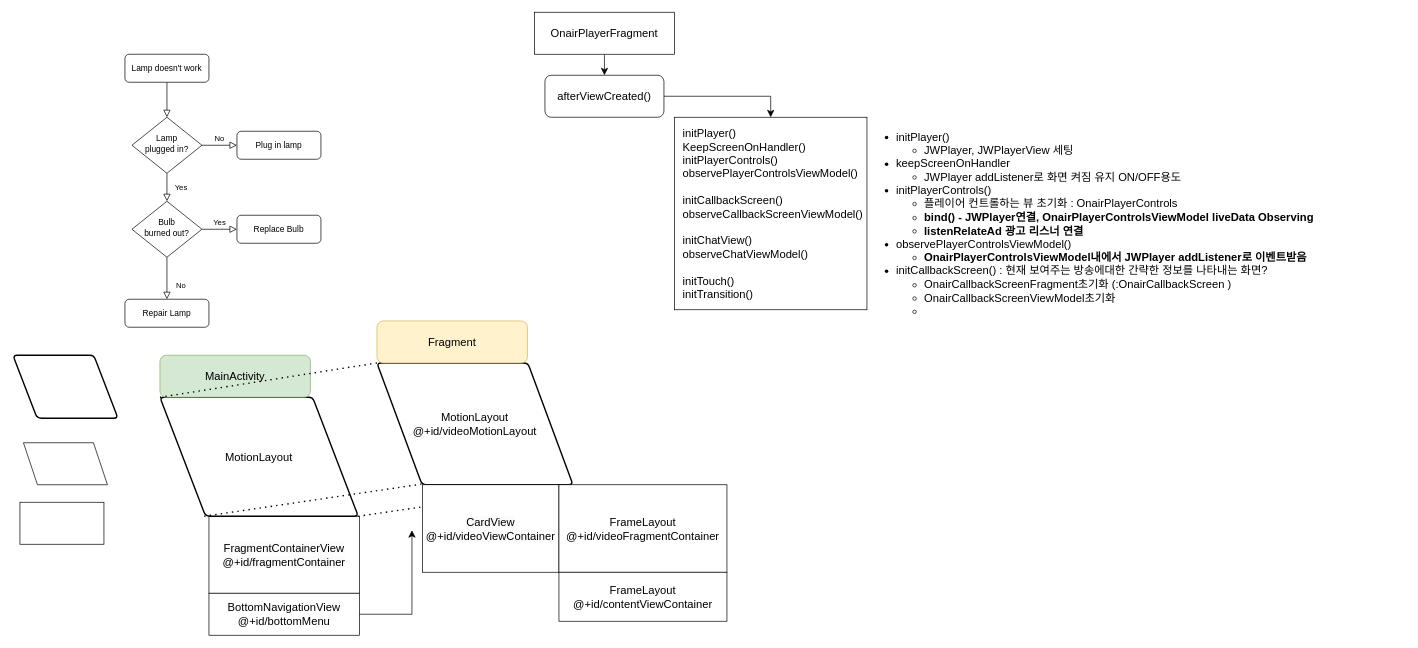
Before: plus-analysis.drawio in b3lon9/uml, a draw.io diagram. Source tidied: cells renumbered, new cells numbered last; positions are measured from the earlier drawing's top-left corner, leaving out a move shared by most shapes. Both pictures are drawn from the tidied source at 70%, with x=0, y=0 at pixel (13, 12).
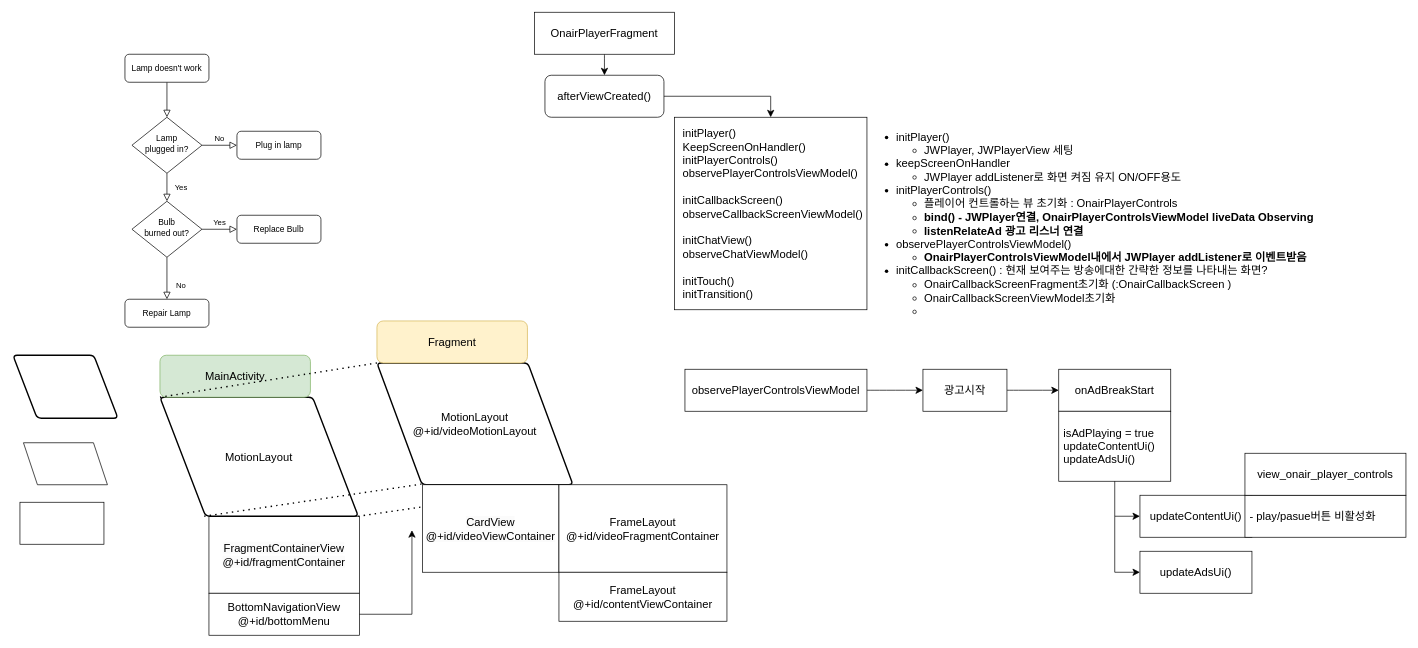
The same page after the edit.

Diff of the diagram source:
```diff
@@
+    <mxCell id="36" style="edgeStyle=none;curved=1;rounded=0;jettySize=auto;html=1;fontSize=12;startSize=8;endSize=8;" parent="1" edge="1" source="37" target="38">
+      <mxGeometry relative="1" as="geometry" />
+    </mxCell>
+    <mxCell id="37" value="광고시작" style="whiteSpace=wrap;html=1;fontSize=16;" parent="1" vertex="1">
+      <mxGeometry x="1300" y="510" width="120" height="60" as="geometry" />
+    </mxCell>
+    <mxCell id="38" value="onAdBreakStart" style="whiteSpace=wrap;html=1;fontSize=16;" parent="1" vertex="1">
+      <mxGeometry x="1494" y="510" width="160" height="60" as="geometry" />
+    </mxCell>
+    <mxCell id="39" value="isAdPlaying = true&lt;br&gt;updateContentUi()&lt;br&gt;updateAdsUi()" style="whiteSpace=wrap;html=1;fontSize=16;align=left;spacingLeft=5;" parent="1" vertex="1">
+      <mxGeometry x="1494" y="570" width="160" height="100" as="geometry" />
+    </mxCell>
+    <mxCell id="40" style="edgeStyle=none;curved=1;rounded=0;jettySize=auto;html=1;fontSize=12;startSize=8;endSize=8;" parent="1" edge="1" source="41" target="37">
+      <mxGeometry relative="1" as="geometry" />
+    </mxCell>
+    <mxCell id="41" value="observePlayerControlsViewModel" style="whiteSpace=wrap;html=1;fontSize=16;" parent="1" vertex="1">
+      <mxGeometry x="960" y="510" width="260" height="60" as="geometry" />
+    </mxCell>
+    <mxCell id="42" style="edgeStyle=segmentEdgeStyle;endArrow=classic;html=1;curved=0;rounded=0;endSize=8;startSize=8;fontSize=12;exitX=0.5;exitY=1;exitDx=0;exitDy=0;" parent="1" edge="1" source="39">
+      <mxGeometry relative="1" as="geometry">
+        <mxPoint x="1610" y="720" as="targetPoint" />
+        <Array as="points">
+          <mxPoint x="1574" y="720" />
+          <mxPoint x="1610" y="720" />
+        </Array>
+      </mxGeometry>
+    </mxCell>
+    <mxCell id="43" value="updateContentUi()" style="whiteSpace=wrap;html=1;fontSize=16;" parent="1" vertex="1">
+      <mxGeometry x="1610" y="690" width="160" height="60" as="geometry" />
+    </mxCell>
+    <mxCell id="44" style="group;" parent="1" vertex="1">
+      <mxGeometry x="1760" y="630" width="230" height="210" as="geometry" />
+    </mxCell>
+    <mxCell id="45" value="- play/pasue버튼 비활성화" style="whiteSpace=wrap;html=1;fontSize=16;align=left;spacingLeft=5;" parent="44" vertex="1">
+      <mxGeometry y="60" width="230" height="60" as="geometry" />
+    </mxCell>
+    <mxCell id="46" value="view_onair_player_controls" style="whiteSpace=wrap;html=1;fontSize=16;" parent="44" vertex="1">
+      <mxGeometry width="230" height="60" as="geometry" />
+    </mxCell>
+    <mxCell id="47" style="edgeStyle=segmentEdgeStyle;endArrow=classic;html=1;curved=0;rounded=0;endSize=8;startSize=8;fontSize=12;exitX=0.5;exitY=1;exitDx=0;exitDy=0;entryX=0;entryY=0.5;entryDx=0;entryDy=0;" parent="1" edge="1" target="48">
+      <mxGeometry relative="1" as="geometry">
+        <mxPoint x="1574" y="720" as="sourcePoint" />
+        <Array as="points">
+          <mxPoint x="1574" y="800" />
+        </Array>
+      </mxGeometry>
+    </mxCell>
+    <mxCell id="48" value="updateAdsUi()" style="whiteSpace=wrap;html=1;fontSize=16;" parent="1" vertex="1">
+      <mxGeometry x="1610" y="770" width="160" height="60" as="geometry" />
+    </mxCell>
```
